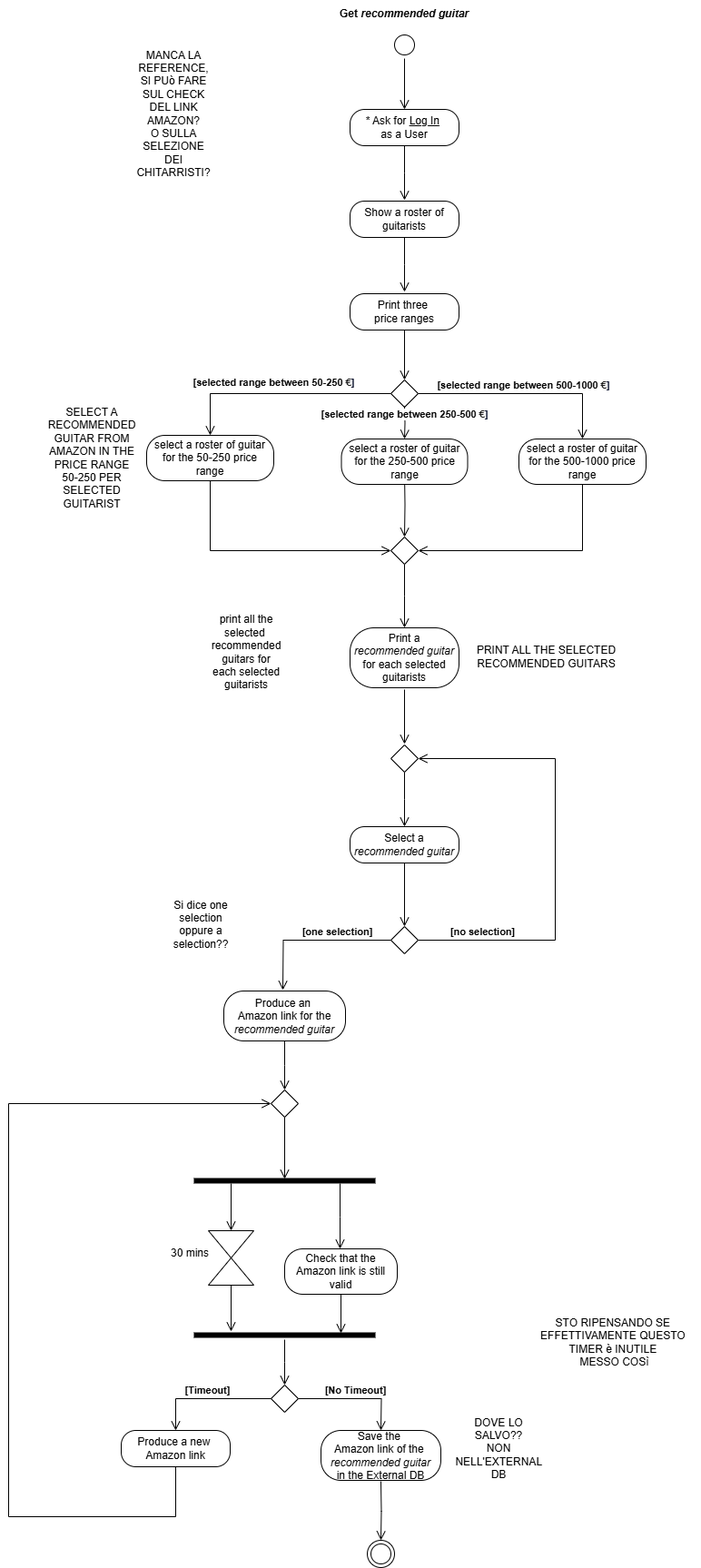
TizianoLilli/ISPW-Project keeps this draw.io diagram as ActivityDiagramM.drawio.png. Above is the earlier version. Source tidied: cells renumbered, new cells last; positions are measured from the earlier drawing's top-left corner, leaving out a move shared by most shapes.
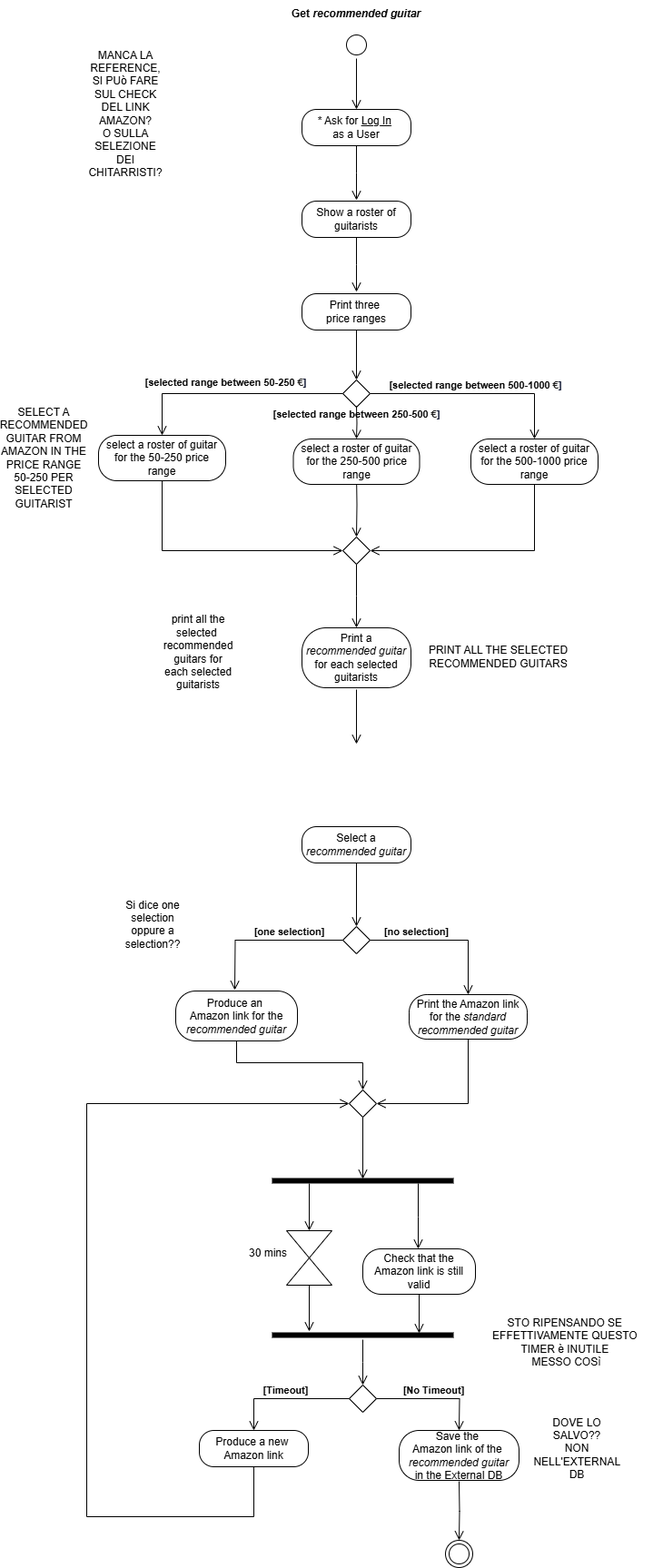
Later version of the same file.

Change to the diagram source:
```diff
@@ -29,7 +29,7 @@
         </Array>
       </mxGeometry>
     </mxCell>
-    <mxCell id="7" value="&lt;b&gt;[&lt;/b&gt;&lt;b style=&quot;text-align: left;&quot;&gt;&lt;span style=&quot;&quot;&gt;selected&amp;nbsp;&lt;/span&gt;&lt;/b&gt;&lt;b&gt;range between 250-500&amp;nbsp;&lt;span style=&quot;text-align: left; text-wrap-mode: wrap; color: rgb(31, 31, 31);&quot;&gt;€&lt;/span&gt;&lt;span style=&quot;text-align: left;&quot;&gt;&lt;font style=&quot;&quot; face=&quot;Helvetica&quot;&gt;&lt;font style=&quot;&quot; color=&quot;#040c28&quot;&gt;&lt;span style=&quot;text-wrap-mode: wrap;&quot;&gt;]&lt;/span&gt;&lt;/font&gt;&lt;/font&gt;&lt;/span&gt;&lt;/b&gt;" style="edgeStyle=orthogonalEdgeStyle;html=1;verticalAlign=bottom;endArrow=open;endSize=8;rounded=0;exitX=0.5;exitY=1;exitDx=0;exitDy=0;labelBackgroundColor=default;fontColor=default;entryX=0.5;entryY=0;entryDx=0;entryDy=0;" parent="1" edge="1" target="12">
+    <mxCell id="7" value="&lt;b&gt;[&lt;/b&gt;&lt;b style=&quot;text-align: left;&quot;&gt;&lt;span style=&quot;&quot;&gt;selected&amp;nbsp;&lt;/span&gt;&lt;/b&gt;&lt;b&gt;range between 250-500&amp;nbsp;&lt;span style=&quot;text-align: left; text-wrap-mode: wrap; color: rgb(31, 31, 31);&quot;&gt;€&lt;/span&gt;&lt;span style=&quot;text-align: left;&quot;&gt;&lt;font style=&quot;&quot; face=&quot;Helvetica&quot;&gt;&lt;font style=&quot;&quot; color=&quot;#040c28&quot;&gt;&lt;span style=&quot;text-wrap-mode: wrap;&quot;&gt;]&lt;/span&gt;&lt;/font&gt;&lt;/font&gt;&lt;/span&gt;&lt;/b&gt;" style="edgeStyle=orthogonalEdgeStyle;html=1;verticalAlign=bottom;endArrow=open;endSize=8;rounded=0;exitX=0.5;exitY=1;exitDx=0;exitDy=0;labelBackgroundColor=none;fontColor=default;entryX=0.5;entryY=0;entryDx=0;entryDy=0;" parent="1" edge="1" target="12">
       <mxGeometry relative="1" as="geometry">
         <mxPoint x="436" y="447" as="sourcePoint" />
       </mxGeometry>
@@ -88,86 +88,89 @@
     <mxCell id="20" value="Produce an&amp;nbsp;&lt;div&gt;Amazon link for the&lt;/div&gt;&lt;div&gt;&lt;i&gt;recommended guitar&lt;/i&gt;&lt;/div&gt;" style="rounded=1;whiteSpace=wrap;html=1;arcSize=40;labelBackgroundColor=none;" parent="1" vertex="1">
       <mxGeometry x="237" y="1091" width="134" height="55" as="geometry" />
     </mxCell>
-    <mxCell id="21" style="edgeStyle=orthogonalEdgeStyle;html=1;verticalAlign=bottom;endArrow=open;endSize=8;rounded=0;labelBackgroundColor=none;fontColor=default;" parent="1" edge="1" source="20">
+    <mxCell id="21" style="edgeStyle=orthogonalEdgeStyle;html=1;verticalAlign=bottom;endArrow=open;endSize=8;rounded=0;labelBackgroundColor=none;fontColor=default;" parent="1" edge="1" source="20" target="39">
       <mxGeometry relative="1" as="geometry">
-        <mxPoint x="304" y="1200" as="targetPoint" />
+        <Array as="points">
+          <mxPoint x="304" y="1170" />
+          <mxPoint x="443" y="1170" />
+        </Array>
       </mxGeometry>
     </mxCell>
     <mxCell id="22" style="shape=line;html=1;strokeWidth=6;labelBackgroundColor=none;" parent="1" vertex="1">
-      <mxGeometry x="204" y="1295" width="200" height="10" as="geometry" />
+      <mxGeometry x="343" y="1295" width="200" height="10" as="geometry" />
     </mxCell>
     <mxCell id="23" style="edgeStyle=orthogonalEdgeStyle;html=1;verticalAlign=bottom;endArrow=open;endSize=8;rounded=0;exitX=0.805;exitY=0.8;exitDx=0;exitDy=0;exitPerimeter=0;labelBackgroundColor=none;fontColor=default;" parent="1" edge="1" source="22">
       <mxGeometry relative="1" as="geometry">
-        <mxPoint x="365" y="1375" as="targetPoint" />
+        <mxPoint x="504" y="1375" as="targetPoint" />
       </mxGeometry>
     </mxCell>
     <mxCell id="24" value="Check that the Amazon link is still valid" style="rounded=1;whiteSpace=wrap;html=1;arcSize=40;labelBackgroundColor=none;" parent="1" vertex="1">
-      <mxGeometry x="304" y="1375" width="124" height="50" as="geometry" />
+      <mxGeometry x="443" y="1375" width="124" height="50" as="geometry" />
     </mxCell>
     <mxCell id="25" style="edgeStyle=orthogonalEdgeStyle;html=1;verticalAlign=bottom;endArrow=open;endSize=8;rounded=0;exitX=0.5;exitY=1;exitDx=0;exitDy=0;entryX=0.81;entryY=0.3;entryDx=0;entryDy=0;entryPerimeter=0;labelBackgroundColor=none;fontColor=default;" parent="1" edge="1" source="24" target="32">
       <mxGeometry relative="1" as="geometry" />
     </mxCell>
     <mxCell id="26" style="rhombus;whiteSpace=wrap;html=1;labelBackgroundColor=none;" parent="1" vertex="1">
-      <mxGeometry x="289" y="1525" width="30" height="30" as="geometry" />
+      <mxGeometry x="428" y="1525" width="30" height="30" as="geometry" />
     </mxCell>
     <mxCell id="27" style="triangle;whiteSpace=wrap;html=1;direction=south;labelBackgroundColor=none;" parent="1" vertex="1">
-      <mxGeometry x="220" y="1355" width="50" height="30" as="geometry" />
+      <mxGeometry x="359" y="1355" width="50" height="30" as="geometry" />
     </mxCell>
     <mxCell id="28" style="triangle;whiteSpace=wrap;html=1;direction=north;labelBackgroundColor=none;" parent="1" vertex="1">
-      <mxGeometry x="220" y="1385" width="50" height="30" as="geometry" />
+      <mxGeometry x="359" y="1385" width="50" height="30" as="geometry" />
     </mxCell>
     <mxCell id="29" style="edgeStyle=orthogonalEdgeStyle;html=1;verticalAlign=bottom;endArrow=open;endSize=8;rounded=0;entryX=0;entryY=0.5;entryDx=0;entryDy=0;exitX=0.205;exitY=0.8;exitDx=0;exitDy=0;exitPerimeter=0;labelBackgroundColor=none;fontColor=default;" parent="1" edge="1" source="22" target="27">
       <mxGeometry relative="1" as="geometry" />
     </mxCell>
     <mxCell id="30" value="30 mins" style="text;html=1;align=center;verticalAlign=middle;whiteSpace=wrap;rounded=0;labelBackgroundColor=none;" parent="1" vertex="1">
-      <mxGeometry x="170" y="1365" width="60" height="30" as="geometry" />
+      <mxGeometry x="309" y="1365" width="60" height="30" as="geometry" />
     </mxCell>
     <mxCell id="31" style="edgeStyle=orthogonalEdgeStyle;html=1;verticalAlign=bottom;endArrow=open;endSize=8;rounded=0;entryX=0.205;entryY=0.1;entryDx=0;entryDy=0;exitX=0;exitY=0.5;exitDx=0;exitDy=0;entryPerimeter=0;labelBackgroundColor=none;fontColor=default;" parent="1" edge="1" source="28" target="32">
       <mxGeometry relative="1" as="geometry" />
     </mxCell>
     <mxCell id="32" style="shape=line;html=1;strokeWidth=6;labelBackgroundColor=none;" parent="1" vertex="1">
-      <mxGeometry x="204" y="1465" width="200" height="10" as="geometry" />
+      <mxGeometry x="343" y="1465" width="200" height="10" as="geometry" />
     </mxCell>
     <mxCell id="33" style="edgeStyle=orthogonalEdgeStyle;html=1;verticalAlign=bottom;endArrow=open;endSize=8;rounded=0;labelBackgroundColor=none;fontColor=default;" parent="1" edge="1" source="32">
       <mxGeometry relative="1" as="geometry">
-        <mxPoint x="304" y="1525" as="targetPoint" />
+        <mxPoint x="443" y="1525" as="targetPoint" />
       </mxGeometry>
     </mxCell>
     <mxCell id="34" value="&lt;b&gt;[No Timeout]&lt;/b&gt;" style="edgeStyle=orthogonalEdgeStyle;html=1;verticalAlign=bottom;endArrow=open;endSize=8;rounded=0;exitX=1;exitY=0.5;exitDx=0;exitDy=0;labelBackgroundColor=none;fontColor=default;" parent="1" edge="1" source="26">
       <mxGeometry relative="1" as="geometry">
-        <mxPoint x="410" y="1575" as="targetPoint" />
+        <mxPoint x="549" y="1575" as="targetPoint" />
       </mxGeometry>
     </mxCell>
     <mxCell id="35" value="Save the&amp;nbsp;&lt;div&gt;Amazon link&amp;nbsp;&lt;span style=&quot;background-color: initial;&quot;&gt;of the&amp;nbsp;&lt;/span&gt;&lt;div&gt;&lt;div&gt;&lt;i&gt;recommended guitar&lt;/i&gt;&lt;/div&gt;&lt;div&gt;in the External DB&lt;/div&gt;&lt;/div&gt;&lt;/div&gt;" style="rounded=1;whiteSpace=wrap;html=1;arcSize=40;labelBackgroundColor=none;" parent="1" vertex="1">
-      <mxGeometry x="344" y="1575" width="132" height="55" as="geometry" />
+      <mxGeometry x="483" y="1575" width="132" height="55" as="geometry" />
     </mxCell>
     <mxCell id="36" value="&lt;b&gt;[Timeout]&lt;/b&gt;" style="edgeStyle=orthogonalEdgeStyle;html=1;verticalAlign=bottom;endArrow=open;endSize=8;rounded=0;exitX=0;exitY=0.5;exitDx=0;exitDy=0;labelBackgroundColor=none;fontColor=default;" parent="1" edge="1" source="26" target="37">
       <mxGeometry relative="1" as="geometry" />
     </mxCell>
     <mxCell id="37" value="&lt;div&gt;&lt;span style=&quot;background-color: initial;&quot;&gt;Produce a new&amp;nbsp;&lt;/span&gt;&lt;/div&gt;&lt;div&gt;Amazon link&lt;/div&gt;" style="rounded=1;whiteSpace=wrap;html=1;arcSize=40;labelBackgroundColor=none;" parent="1" vertex="1">
-      <mxGeometry x="124" y="1575" width="120" height="40" as="geometry" />
+      <mxGeometry x="263" y="1575" width="120" height="40" as="geometry" />
     </mxCell>
     <mxCell id="38" style="edgeStyle=orthogonalEdgeStyle;html=1;verticalAlign=bottom;endArrow=open;endSize=8;rounded=0;exitX=0.5;exitY=1;exitDx=0;exitDy=0;entryX=0;entryY=0.5;entryDx=0;entryDy=0;labelBackgroundColor=none;fontColor=default;" parent="1" edge="1" source="37" target="39">
       <mxGeometry relative="1" as="geometry">
         <Array as="points">
-          <mxPoint x="184" y="1670" />
-          <mxPoint y="1670" />
-          <mxPoint y="1215" />
+          <mxPoint x="323" y="1670" />
+          <mxPoint x="139" y="1670" />
+          <mxPoint x="139" y="1215" />
         </Array>
       </mxGeometry>
     </mxCell>
     <mxCell id="39" style="rhombus;whiteSpace=wrap;html=1;labelBackgroundColor=none;" parent="1" vertex="1">
-      <mxGeometry x="289" y="1200" width="30" height="30" as="geometry" />
+      <mxGeometry x="428" y="1200" width="30" height="30" as="geometry" />
     </mxCell>
     <mxCell id="40" style="edgeStyle=orthogonalEdgeStyle;html=1;verticalAlign=bottom;endArrow=open;endSize=8;rounded=0;entryX=0.5;entryY=0.3;entryDx=0;entryDy=0;entryPerimeter=0;exitX=0.5;exitY=1;exitDx=0;exitDy=0;labelBackgroundColor=none;fontColor=default;" parent="1" edge="1" source="39" target="22">
       <mxGeometry relative="1" as="geometry" />
     </mxCell>
     <mxCell id="41" style="ellipse;html=1;shape=endState;labelBackgroundColor=none;" parent="1" vertex="1">
-      <mxGeometry x="395" y="1696" width="30" height="30" as="geometry" />
+      <mxGeometry x="534" y="1696" width="30" height="30" as="geometry" />
     </mxCell>
     <mxCell id="42" style="edgeStyle=orthogonalEdgeStyle;html=1;verticalAlign=bottom;endArrow=open;endSize=8;rounded=0;entryX=0.5;entryY=0;entryDx=0;entryDy=0;exitX=0.5;exitY=1;exitDx=0;exitDy=0;labelBackgroundColor=none;fontColor=default;" parent="1" edge="1" target="41">
       <mxGeometry relative="1" as="geometry">
-        <mxPoint x="410" y="1631" as="sourcePoint" />
+        <mxPoint x="549" y="1631" as="sourcePoint" />
       </mxGeometry>
     </mxCell>
     <mxCell id="43" style="ellipse;html=1;shape=startState;labelBackgroundColor=none;" parent="1" vertex="1">
@@ -180,7 +183,7 @@
       <mxGeometry x="346" width="180" height="30" as="geometry" />
     </mxCell>
     <mxCell id="46" value="DOVE LO SALVO??&lt;div&gt;NON NELL'EXTERNAL DB&lt;/div&gt;" style="text;html=1;align=center;verticalAlign=middle;whiteSpace=wrap;rounded=0;labelBackgroundColor=none;" parent="1" vertex="1">
-      <mxGeometry x="510" y="1580" width="60" height="30" as="geometry" />
+      <mxGeometry x="649" y="1580" width="60" height="30" as="geometry" />
     </mxCell>
     <mxCell id="47" value="MANCA LA REFERENCE, SI PUò FARE SUL CHECK DEL LINK AMAZON?&lt;div&gt;O SULLA SELEZIONE DEI CHITARRISTI?&lt;/div&gt;" style="text;html=1;align=center;verticalAlign=middle;whiteSpace=wrap;rounded=0;labelBackgroundColor=none;" parent="1" vertex="1">
       <mxGeometry x="152" y="110" width="60" height="30" as="geometry" />
@@ -202,20 +205,12 @@
     <mxCell id="52" value="PRINT ALL THE SELECTED&lt;div&gt;RECOMMENDED GUITARS&lt;/div&gt;" style="text;html=1;align=center;verticalAlign=middle;strokeColor=none;fillColor=none;labelBackgroundColor=none;" parent="1" vertex="1">
       <mxGeometry x="502" y="703" width="180" height="40" as="geometry" />
     </mxCell>
-    <mxCell id="53" style="rhombus;whiteSpace=wrap;html=1;labelBackgroundColor=none;" parent="1" vertex="1">
-      <mxGeometry x="421" y="820" width="30" height="30" as="geometry" />
-    </mxCell>
     <mxCell id="54" value="Select a&lt;div&gt;&lt;i&gt;recommended guitar&lt;/i&gt;&lt;/div&gt;" style="rounded=1;whiteSpace=wrap;html=1;arcSize=40;labelBackgroundColor=none;" parent="1" vertex="1">
       <mxGeometry x="376" y="910" width="120" height="40" as="geometry" />
     </mxCell>
     <mxCell id="55" value="print all the selected&amp;nbsp; recommended guitars for each selected guitarists" style="text;html=1;align=center;verticalAlign=middle;whiteSpace=wrap;rounded=0;labelBackgroundColor=none;" parent="1" vertex="1">
       <mxGeometry x="232" y="703" width="60" height="30" as="geometry" />
     </mxCell>
-    <mxCell id="56" style="edgeStyle=orthogonalEdgeStyle;html=1;verticalAlign=bottom;endArrow=open;endSize=8;rounded=0;labelBackgroundColor=none;fontColor=default;exitX=0.5;exitY=1;exitDx=0;exitDy=0;" parent="1" edge="1" source="53">
-      <mxGeometry relative="1" as="geometry">
-        <mxPoint x="436" y="910" as="targetPoint" />
-      </mxGeometry>
-    </mxCell>
     <mxCell id="57" style="edgeStyle=orthogonalEdgeStyle;html=1;verticalAlign=bottom;endArrow=open;endSize=8;rounded=0;labelBackgroundColor=none;fontColor=default;exitX=0.5;exitY=1;exitDx=0;exitDy=0;" parent="1" edge="1" source="54" target="58">
       <mxGeometry relative="1" as="geometry" />
     </mxCell>
@@ -227,16 +222,21 @@
         <mxPoint x="302" y="1090" as="targetPoint" />
       </mxGeometry>
     </mxCell>
+    <mxCell id="61" value="Si dice one selection oppure a selection??&lt;div&gt;&lt;br&gt;&lt;/div&gt;" style="text;html=1;align=center;verticalAlign=middle;whiteSpace=wrap;rounded=0;labelBackgroundColor=none;" parent="1" vertex="1">
+      <mxGeometry x="182" y="1010" width="60" height="30" as="geometry" />
+    </mxCell>
+    <mxCell id="62" value="Print the Amazon link&lt;div&gt;for the &lt;i&gt;standard&lt;/i&gt;&lt;/div&gt;&lt;div&gt;&lt;i&gt;recommended guitar&lt;/i&gt;&lt;/div&gt;" style="rounded=1;whiteSpace=wrap;html=1;arcSize=40;labelBackgroundColor=none;" parent="1" vertex="1">
+      <mxGeometry x="494" y="1095" width="130" height="49" as="geometry" />
+    </mxCell>
+    <mxCell id="63" style="edgeStyle=orthogonalEdgeStyle;html=1;verticalAlign=bottom;endArrow=open;endSize=8;rounded=0;labelBackgroundColor=none;fontColor=default;entryX=1;entryY=0.5;entryDx=0;entryDy=0;exitX=0.5;exitY=1;exitDx=0;exitDy=0;" parent="1" edge="1" source="62" target="39">
+      <mxGeometry relative="1" as="geometry">
+        <Array as="points">
+          <mxPoint x="559" y="1215" />
+        </Array>
+      </mxGeometry>
+    </mxCell>
-    <mxCell id="60" value="&lt;b&gt;[no selection]&lt;/b&gt;" style="edgeStyle=orthogonalEdgeStyle;html=1;verticalAlign=bottom;endArrow=open;endSize=8;rounded=0;labelBackgroundColor=none;fontColor=default;exitX=1;exitY=0.5;exitDx=0;exitDy=0;entryX=1;entryY=0.5;entryDx=0;entryDy=0;" parent="1" edge="1" source="58" target="53">
-      <mxGeometry x="-0.72" relative="1" as="geometry">
-        <Array as="points">
-          <mxPoint x="602" y="1035" />
-          <mxPoint x="602" y="835" />
-        </Array>
-      </mxGeometry>
+    <mxCell id="60" value="&lt;b&gt;[no selection]&lt;/b&gt;" style="edgeStyle=orthogonalEdgeStyle;html=1;verticalAlign=bottom;endArrow=open;endSize=8;rounded=0;labelBackgroundColor=none;fontColor=default;exitX=1;exitY=0.5;exitDx=0;exitDy=0;entryX=0.5;entryY=0;entryDx=0;entryDy=0;" parent="1" edge="1" source="58" target="62">
+      <mxGeometry x="-0.39" relative="1" as="geometry" />
     </mxCell>
-    <mxCell id="61" value="Si dice one selection oppure a selection??&lt;div&gt;&lt;br&gt;&lt;/div&gt;" style="text;html=1;align=center;verticalAlign=middle;whiteSpace=wrap;rounded=0;labelBackgroundColor=none;" parent="1" vertex="1">
-      <mxGeometry x="182" y="1010" width="60" height="30" as="geometry" />
-    </mxCell>
   </root>
 </mxGraphModel>
```
